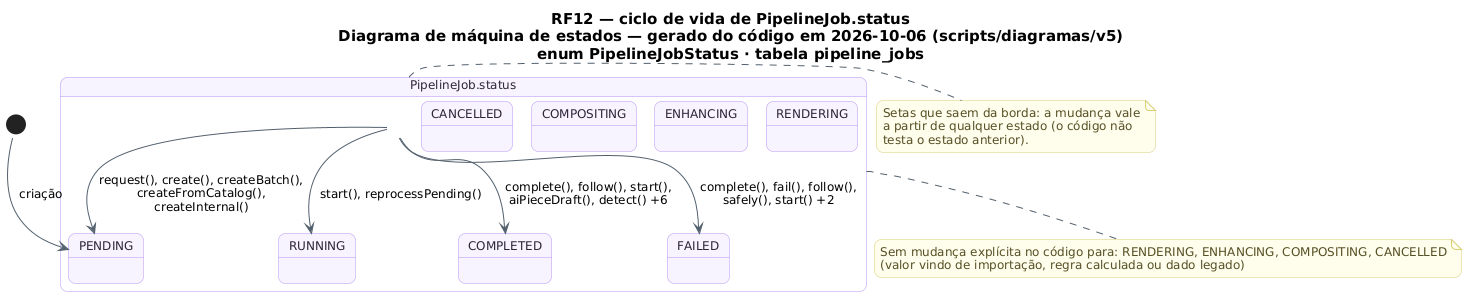
Above: docs/diagramas/RF12/RF12_MaquinaDeEstados_ItemLote.png in MatheusHaliski/tcc-2026-fashion-ai-backend (PlantUML), before the change.
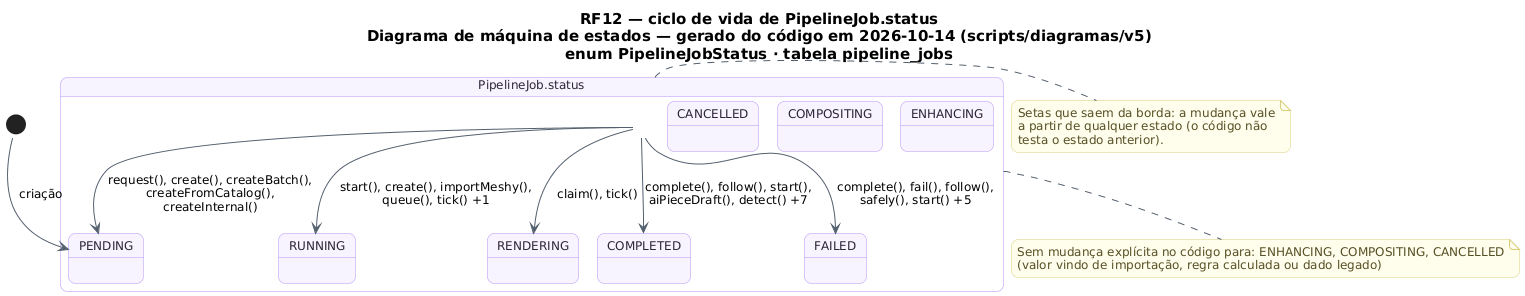
The same diagram one commit later.

What changed in the source:
```diff
@@ -19,7 +19,7 @@
   StartColor #20A77A
   EndColor #4B5563
 }
-title RF12 — ciclo de vida de PipelineJob.status\nDiagrama de máquina de estados — gerado do código em 2026-10-06 (scripts/diagramas/v5)\nenum PipelineJobStatus · tabela pipeline_jobs
+title RF12 — ciclo de vida de PipelineJob.status\nDiagrama de máquina de estados — gerado do código em 2026-10-14 (scripts/diagramas/v5)\nenum PipelineJobStatus · tabela pipeline_jobs
 
 state "PipelineJob.status" as Ciclo_PipelineJob {
   state Ciclo_PipelineJob_PENDING as "PENDING"
@@ -32,12 +32,13 @@
   state Ciclo_PipelineJob_CANCELLED as "CANCELLED"
 }
 [*] --> Ciclo_PipelineJob_PENDING : criação
-Ciclo_PipelineJob --> Ciclo_PipelineJob_COMPLETED : complete(), follow(), start(),\naiPieceDraft(), detect() +6
-Ciclo_PipelineJob --> Ciclo_PipelineJob_FAILED : complete(), fail(), follow(),\nsafely(), start() +2
+Ciclo_PipelineJob --> Ciclo_PipelineJob_COMPLETED : complete(), follow(), start(),\naiPieceDraft(), detect() +7
+Ciclo_PipelineJob --> Ciclo_PipelineJob_FAILED : complete(), fail(), follow(),\nsafely(), start() +5
 Ciclo_PipelineJob --> Ciclo_PipelineJob_PENDING : request(), create(), createBatch(),\ncreateFromCatalog(),\ncreateInternal()
-Ciclo_PipelineJob --> Ciclo_PipelineJob_RUNNING : start(), reprocessPending()
+Ciclo_PipelineJob --> Ciclo_PipelineJob_RENDERING : claim(), tick()
+Ciclo_PipelineJob --> Ciclo_PipelineJob_RUNNING : start(), create(), importMeshy(),\nqueue(), tick() +1
 note bottom of Ciclo_PipelineJob
-  Sem mudança explícita no código para: RENDERING, ENHANCING, COMPOSITING, CANCELLED
+  Sem mudança explícita no código para: ENHANCING, COMPOSITING, CANCELLED
   (valor vindo de importação, regra calculada ou dado legado)
 end note
 note right of Ciclo_PipelineJob
```
